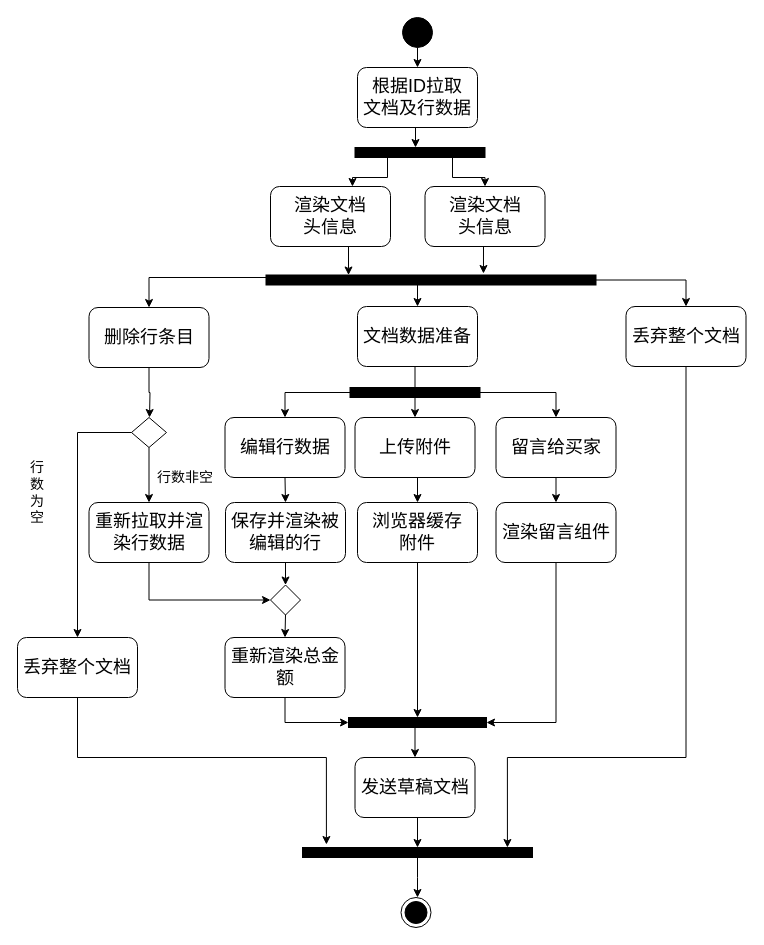
The draw.io diagram page "形式发票草稿" (5 of 8) of 概要设计.drawio in Robbie-Han/graduation-thesis, before the edit. Source tidied: cells renumbered, new cells numbered last; positions are measured from the earlier drawing's top-left corner, leaving out a move shared by most shapes. Both pictures are drawn from the tidied source at 100%, with x=0, y=0 at pixel (17, 17).
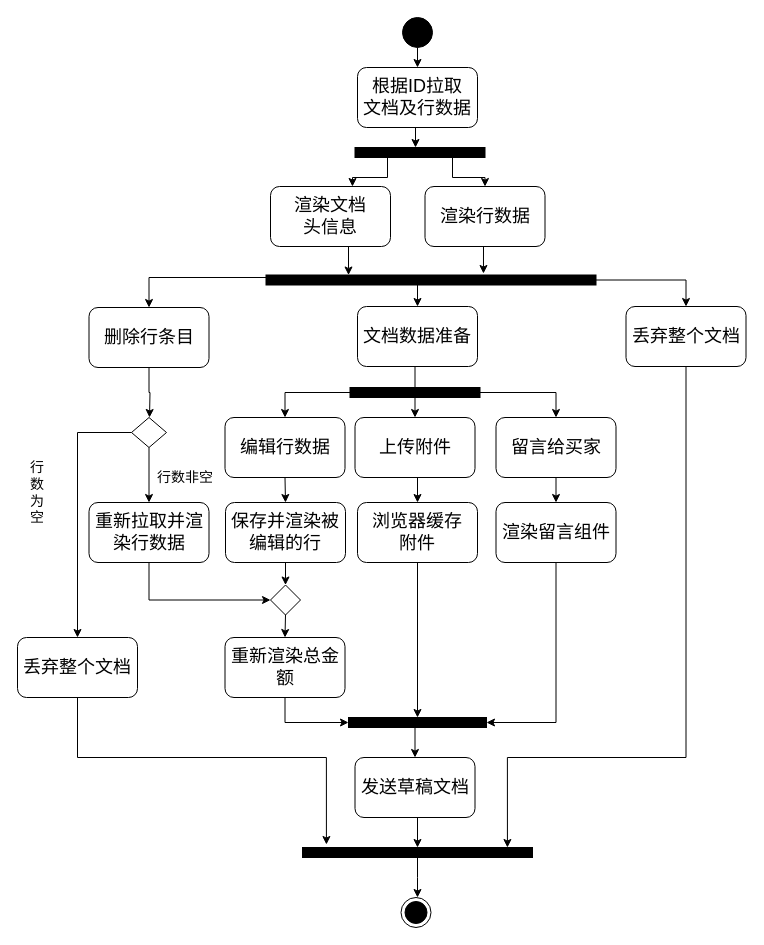
Above is the later version.

Change to the diagram source:
```diff
@@
-    <mxCell id="10" value="&lt;span style=&quot;font-size: 18px&quot;&gt;渲染文档&lt;br&gt;头信息&lt;/span&gt;" style="rounded=1;whiteSpace=wrap;html=1;fillColor=none;" parent="1" vertex="1">
+    <mxCell id="10" value="&lt;span style=&quot;font-size: 18px&quot;&gt;渲染行数据&lt;/span&gt;" style="rounded=1;whiteSpace=wrap;html=1;fillColor=none;" parent="1" vertex="1">
       <mxGeometry x="407.5" y="169" width="120" height="60" as="geometry" />
     </mxCell>
```
